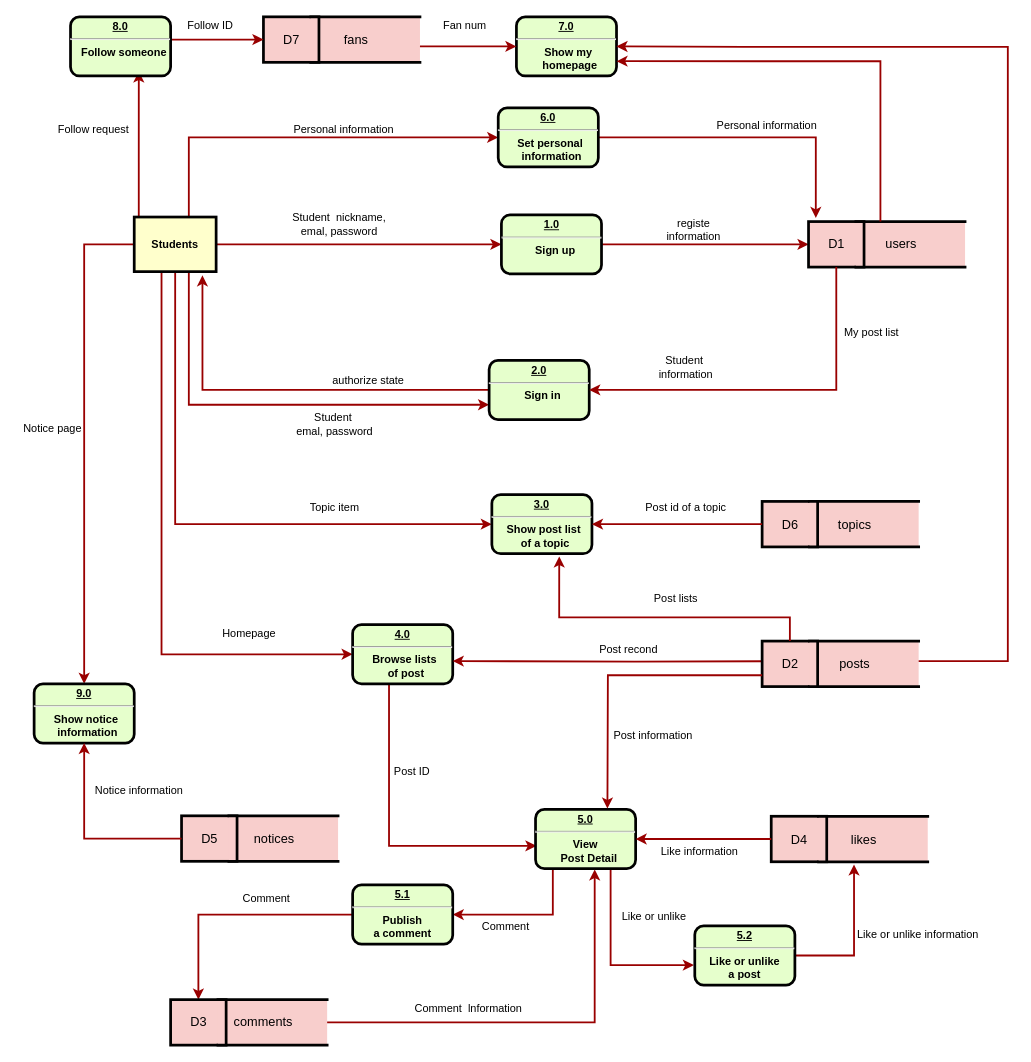
Before: docs/dfd.drawio in loveagri/zhihu, a draw.io diagram. Source tidied: cells renumbered, new cells numbered last; positions are measured from the earlier drawing's top-left corner, leaving out a move shared by most shapes. Both pictures are drawn from the tidied source at 91%, with x=0, y=0 at pixel (15, 16).
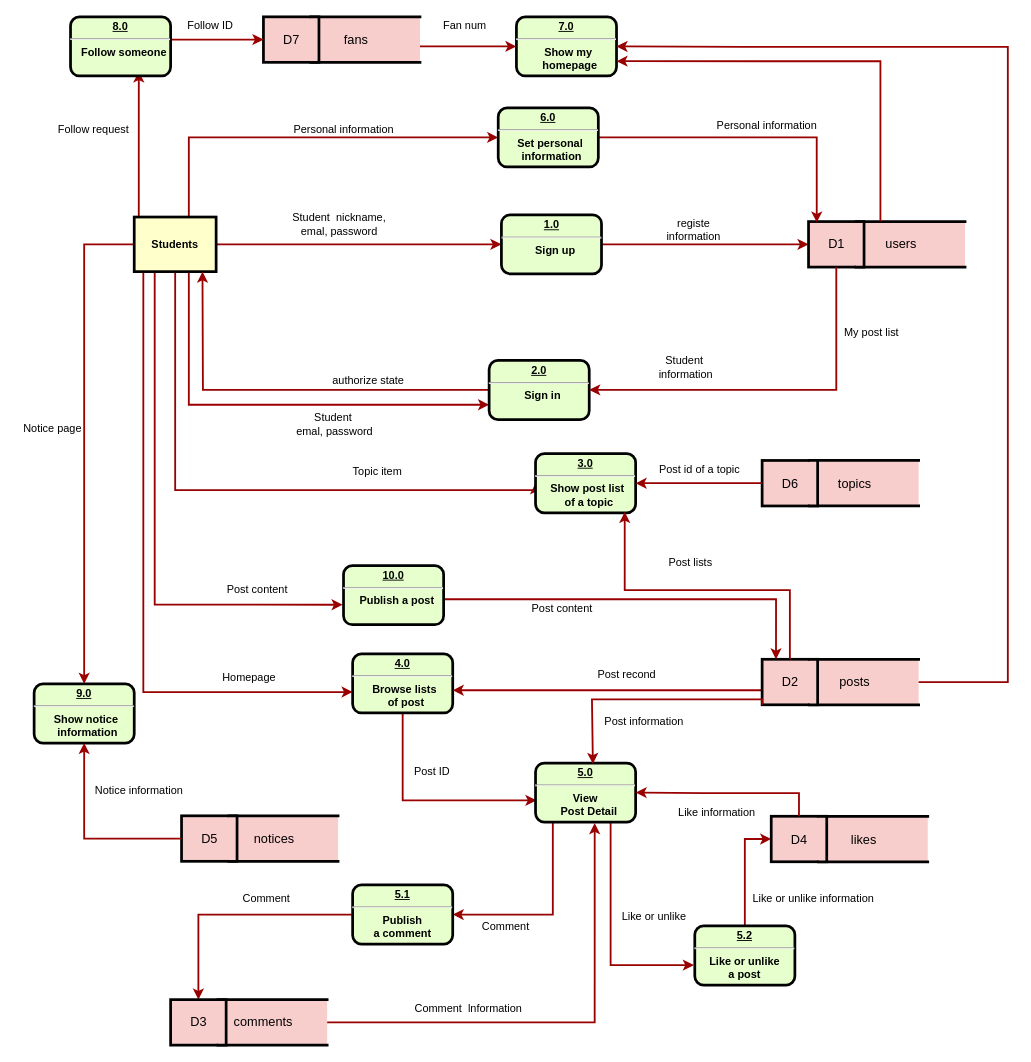
The same diagram, later.

The change refers to these unchanged cells:
```xml
<mxCell id="9" value="Students" style="whiteSpace=wrap;align=center;verticalAlign=middle;fontStyle=1;strokeWidth=3;fillColor=#FFFFCC;" parent="1" vertex="1">
  <mxGeometry x="130" y="220" width="90" height="60" as="geometry" />
</mxCell>
<mxCell id="14" style="rounded=0;whiteSpace=wrap;html=1;strokeColor=#000000;strokeWidth=3;fillColor=#f8cecc;" parent="13" vertex="1">
  <mxGeometry width="61" height="50" as="geometry" />
</mxCell>
<mxCell id="22" value="&lt;p style=&quot;margin: 0px ; margin-top: 4px ; text-align: center ; text-decoration: underline&quot;&gt;&lt;strong&gt;2.0&lt;/strong&gt;&lt;/p&gt;&lt;hr&gt;&lt;p style=&quot;margin: 0px ; margin-left: 8px&quot;&gt;Sign in&lt;/p&gt;" style="verticalAlign=middle;align=center;overflow=fill;fontSize=12;fontFamily=Helvetica;html=1;rounded=1;fontStyle=1;strokeWidth=3;fillColor=#E6FFCC;" parent="1" vertex="1">
  <mxGeometry x="520" y="377.5" width="110" height="65" as="geometry" />
</mxCell>
<mxCell id="41" style="rounded=0;whiteSpace=wrap;html=1;strokeColor=#000000;strokeWidth=3;fillColor=#f8cecc;" parent="40" vertex="1">
  <mxGeometry width="61" height="50" as="geometry" />
</mxCell>
<mxCell id="42" style="shape=partialRectangle;whiteSpace=wrap;html=1;left=0;right=0;fillColor=#f8cecc;strokeColor=#000000;strokeWidth=3;" parent="40" vertex="1">
  <mxGeometry x="52" width="120" height="50" as="geometry" />
</mxCell>
<mxCell id="48" value="&lt;p style=&quot;margin: 0px ; margin-top: 4px ; text-align: center ; text-decoration: underline&quot;&gt;5.2&lt;/p&gt;&lt;hr&gt;&lt;strong&gt;Like or unlike&lt;br&gt;a post&lt;br&gt;&lt;/strong&gt;" style="verticalAlign=middle;align=center;overflow=fill;fontSize=12;fontFamily=Helvetica;html=1;rounded=1;fontStyle=1;strokeWidth=3;fillColor=#E6FFCC;" parent="1" vertex="1">
  <mxGeometry x="746" y="999" width="110" height="65" as="geometry" />
</mxCell>
<mxCell id="54" value="&lt;p style=&quot;margin: 0px ; margin-top: 4px ; text-align: center ; text-decoration: underline&quot;&gt;&lt;strong&gt;6.0&lt;/strong&gt;&lt;/p&gt;&lt;hr&gt;&lt;p style=&quot;margin: 0px ; margin-left: 8px&quot;&gt;Set personal&amp;nbsp;&lt;/p&gt;&lt;p style=&quot;margin: 0px ; margin-left: 8px&quot;&gt;information&lt;/p&gt;" style="verticalAlign=middle;align=center;overflow=fill;fontSize=12;fontFamily=Helvetica;html=1;rounded=1;fontStyle=1;strokeWidth=3;fillColor=#E6FFCC;" parent="1" vertex="1">
  <mxGeometry x="530" y="100" width="110" height="65" as="geometry" />
</mxCell>
<mxCell id="57" value="&lt;p style=&quot;margin: 0px ; margin-top: 4px ; text-align: center ; text-decoration: underline&quot;&gt;&lt;strong&gt;7.0&lt;/strong&gt;&lt;/p&gt;&lt;hr&gt;&lt;p style=&quot;margin: 0px ; margin-left: 8px&quot;&gt;Show my&amp;nbsp;&lt;/p&gt;&lt;p style=&quot;margin: 0px ; margin-left: 8px&quot;&gt;homepage&lt;/p&gt;" style="verticalAlign=middle;align=center;overflow=fill;fontSize=12;fontFamily=Helvetica;html=1;rounded=1;fontStyle=1;strokeWidth=3;fillColor=#E6FFCC;" parent="1" vertex="1">
  <mxGeometry x="550" width="110" height="65" as="geometry" />
</mxCell>
<mxCell id="62" style="rounded=0;whiteSpace=wrap;html=1;strokeColor=#000000;strokeWidth=3;fillColor=#f8cecc;" parent="61" vertex="1">
  <mxGeometry width="61" height="50" as="geometry" />
</mxCell>
<mxCell id="63" style="shape=partialRectangle;whiteSpace=wrap;html=1;left=0;right=0;fillColor=#f8cecc;strokeColor=#000000;strokeWidth=3;" parent="61" vertex="1">
  <mxGeometry x="52" width="120" height="50" as="geometry" />
</mxCell>
```

Change to the diagram source:
```diff
@@
-    <mxCell id="3" style="edgeStyle=orthogonalEdgeStyle;rounded=0;jettySize=auto;html=1;entryX=0;entryY=0.5;entryDx=0;entryDy=0;strokeColor=#990000;strokeWidth=2;" parent="1" edge="1" source="9" target="27">
-      <mxGeometry relative="1" as="geometry">
-        <Array as="points">
-          <mxPoint x="160" y="701" />
-        </Array>
-      </mxGeometry>
-    </mxCell>
@@
     <mxCell id="5" style="edgeStyle=orthogonalEdgeStyle;rounded=0;jettySize=auto;html=1;entryX=0;entryY=0.5;entryDx=0;entryDy=0;strokeColor=#990000;strokeWidth=2;" parent="1" edge="1" source="9" target="101">
       <mxGeometry relative="1" as="geometry">
         <Array as="points">
-          <mxPoint x="175" y="558" />
+          <mxPoint x="175" y="520" />
+          <mxPoint x="571" y="520" />
         </Array>
       </mxGeometry>
     </mxCell>
@@
+    <mxCell id="3" style="edgeStyle=orthogonalEdgeStyle;rounded=0;jettySize=auto;html=1;entryX=0;entryY=0.646;entryDx=0;entryDy=0;entryPerimeter=0;strokeColor=#990000;strokeWidth=2;" parent="1" edge="1" source="9" target="27">
+      <mxGeometry relative="1" as="geometry">
+        <Array as="points">
+          <mxPoint x="140" y="742" />
+        </Array>
+      </mxGeometry>
+    </mxCell>
+    <mxCell id="124" style="edgeStyle=orthogonalEdgeStyle;rounded=0;jettySize=auto;html=1;exitX=0.25;exitY=1;exitDx=0;exitDy=0;entryX=-0.009;entryY=0.662;entryDx=0;entryDy=0;entryPerimeter=0;strokeColor=#990000;strokeWidth=2;" parent="1" edge="1" source="9" target="127">
+      <mxGeometry relative="1" as="geometry" />
+    </mxCell>
@@
-    <mxCell id="21" style="edgeStyle=orthogonalEdgeStyle;rounded=0;jettySize=auto;html=1;entryX=0.833;entryY=1.067;entryDx=0;entryDy=0;entryPerimeter=0;strokeColor=#990000;strokeWidth=2;" parent="1" edge="1" source="22" target="9">
-      <mxGeometry relative="1" as="geometry" />
+    <mxCell id="21" style="edgeStyle=orthogonalEdgeStyle;rounded=0;jettySize=auto;html=1;strokeColor=#990000;strokeWidth=2;" parent="1" edge="1" source="22">
+      <mxGeometry relative="1" as="geometry">
+        <mxPoint x="205" y="280" as="targetPoint" />
+      </mxGeometry>
     </mxCell>
@@
-    <mxCell id="26" style="edgeStyle=orthogonalEdgeStyle;rounded=0;jettySize=auto;html=1;entryX=0.009;entryY=0.615;entryDx=0;entryDy=0;entryPerimeter=0;strokeColor=#990000;strokeWidth=2;" parent="1" edge="1" source="27" target="35">
+    <mxCell id="26" style="edgeStyle=orthogonalEdgeStyle;rounded=0;jettySize=auto;html=1;entryX=0.009;entryY=0.631;entryDx=0;entryDy=0;entryPerimeter=0;strokeColor=#990000;strokeWidth=2;" parent="1" edge="1" source="27" target="35">
       <mxGeometry relative="1" as="geometry">
         <Array as="points">
-          <mxPoint x="410" y="911" />
+          <mxPoint x="425" y="861" />
         </Array>
       </mxGeometry>
     </mxCell>
     <mxCell id="27" value="&lt;p style=&quot;margin: 0px ; margin-top: 4px ; text-align: center ; text-decoration: underline&quot;&gt;&lt;strong&gt;4.0&lt;/strong&gt;&lt;/p&gt;&lt;hr&gt;&lt;p style=&quot;margin: 0px ; margin-left: 8px&quot;&gt;Browse lists&amp;nbsp;&lt;/p&gt;&lt;p style=&quot;margin: 0px ; margin-left: 8px&quot;&gt;of post&lt;/p&gt;" style="verticalAlign=middle;align=center;overflow=fill;fontSize=12;fontFamily=Helvetica;html=1;rounded=1;fontStyle=1;strokeWidth=3;fillColor=#E6FFCC;" parent="1" vertex="1">
-      <mxGeometry x="370" y="668" width="110" height="65" as="geometry" />
+      <mxGeometry x="370" y="700" width="110" height="65" as="geometry" />
     </mxCell>
     <mxCell id="28" style="edgeStyle=orthogonalEdgeStyle;rounded=0;jettySize=auto;html=1;entryX=1;entryY=0.615;entryDx=0;entryDy=0;entryPerimeter=0;strokeColor=#990000;strokeWidth=2;" parent="1" edge="1" target="27">
       <mxGeometry relative="1" as="geometry">
         <mxPoint x="880" y="708" as="sourcePoint" />
+        <Array as="points">
+          <mxPoint x="880" y="740" />
+        </Array>
       </mxGeometry>
     </mxCell>
@@
     <mxCell id="30" value="Homepage" style="text;html=1;align=center;verticalAlign=middle;" parent="1" vertex="1">
-      <mxGeometry x="221" y="668" width="70" height="20" as="geometry" />
+      <mxGeometry x="221" y="716" width="70" height="20" as="geometry" />
     </mxCell>
     <mxCell id="31" value="Post recond" style="text;html=1;align=center;verticalAlign=middle;" parent="1" vertex="1">
-      <mxGeometry x="633" y="686" width="80" height="20" as="geometry" />
+      <mxGeometry x="631" y="713" width="80" height="20" as="geometry" />
     </mxCell>
     <mxCell id="32" value="Post ID" style="text;html=1;align=center;verticalAlign=middle;" parent="1" vertex="1">
-      <mxGeometry x="410" y="820" width="50" height="20" as="geometry" />
+      <mxGeometry x="432" y="820" width="50" height="20" as="geometry" />
     </mxCell>
@@
     <mxCell id="35" value="&lt;p style=&quot;margin: 0px ; margin-top: 4px ; text-align: center ; text-decoration: underline&quot;&gt;&lt;strong&gt;5.0&lt;/strong&gt;&lt;/p&gt;&lt;hr&gt;&lt;strong&gt;View&lt;/strong&gt;&lt;p style=&quot;margin: 0px ; margin-left: 8px&quot;&gt;Post Detail&lt;/p&gt;" style="verticalAlign=middle;align=center;overflow=fill;fontSize=12;fontFamily=Helvetica;html=1;rounded=1;fontStyle=1;strokeWidth=3;fillColor=#E6FFCC;" parent="1" vertex="1">
-      <mxGeometry x="571" y="871" width="110" height="65" as="geometry" />
+      <mxGeometry x="571" y="820" width="110" height="65" as="geometry" />
     </mxCell>
     <mxCell id="36" value="Post information" style="text;html=1;align=center;verticalAlign=middle;" parent="1" vertex="1">
-      <mxGeometry x="650" y="780" width="100" height="20" as="geometry" />
+      <mxGeometry x="640" y="765" width="100" height="20" as="geometry" />
     </mxCell>
@@
     <mxCell id="39" style="group;" parent="1" vertex="1">
-      <mxGeometry x="820" y="686" width="172" height="50" as="geometry" />
+      <mxGeometry x="820" y="706" width="172" height="50" as="geometry" />
     </mxCell>
@@
-    <mxCell id="47" style="edgeStyle=orthogonalEdgeStyle;rounded=0;jettySize=auto;html=1;entryX=0.325;entryY=1.06;entryDx=0;entryDy=0;entryPerimeter=0;strokeColor=#990000;strokeWidth=2;" parent="1" edge="1" source="48" target="63">
-      <mxGeometry relative="1" as="geometry" />
-    </mxCell>
+    <mxCell id="125" style="edgeStyle=orthogonalEdgeStyle;rounded=0;jettySize=auto;html=1;entryX=0;entryY=0.5;entryDx=0;entryDy=0;strokeColor=#990000;strokeWidth=2;" parent="1" edge="1" source="48" target="62">
+      <mxGeometry relative="1" as="geometry" />
+    </mxCell>
@@
     <mxCell id="49" value="Like information" style="text;html=1;align=center;verticalAlign=middle;" parent="1" vertex="1">
-      <mxGeometry x="701" y="908" width="100" height="20" as="geometry" />
+      <mxGeometry x="720" y="865" width="100" height="20" as="geometry" />
     </mxCell>
@@
     <mxCell id="52" value="Like or unlike information" style="text;html=1;align=center;verticalAlign=middle;" parent="1" vertex="1">
-      <mxGeometry x="916" y="999" width="150" height="20" as="geometry" />
+      <mxGeometry x="801" y="959" width="150" height="20" as="geometry" />
     </mxCell>
-    <mxCell id="53" style="edgeStyle=orthogonalEdgeStyle;rounded=0;jettySize=auto;html=1;entryX=0.131;entryY=-0.08;entryDx=0;entryDy=0;strokeColor=#990000;strokeWidth=2;entryPerimeter=0;" parent="1" edge="1" source="54" target="14">
+    <mxCell id="53" style="edgeStyle=orthogonalEdgeStyle;rounded=0;jettySize=auto;html=1;entryX=0.148;entryY=0.02;entryDx=0;entryDy=0;strokeColor=#990000;strokeWidth=2;entryPerimeter=0;" parent="1" edge="1" source="54" target="14">
       <mxGeometry relative="1" as="geometry" />
     </mxCell>
@@
     <mxCell id="85" style="group;" parent="1" vertex="1">
-      <mxGeometry x="820" y="532.5" width="172" height="50" as="geometry" />
+      <mxGeometry x="820" y="487.5" width="172" height="50" as="geometry" />
     </mxCell>
@@
     <mxCell id="101" value="&lt;p style=&quot;margin: 0px ; margin-top: 4px ; text-align: center ; text-decoration: underline&quot;&gt;&lt;strong&gt;3.0&lt;/strong&gt;&lt;/p&gt;&lt;hr&gt;&lt;p style=&quot;margin: 0px ; margin-left: 8px&quot;&gt;Show post list&amp;nbsp;&lt;/p&gt;&lt;p style=&quot;margin: 0px ; margin-left: 8px&quot;&gt;of a topic&lt;/p&gt;" style="verticalAlign=middle;align=center;overflow=fill;fontSize=12;fontFamily=Helvetica;html=1;rounded=1;fontStyle=1;strokeWidth=3;fillColor=#E6FFCC;" parent="1" vertex="1">
-      <mxGeometry x="523" y="525" width="110" height="65" as="geometry" />
+      <mxGeometry x="571" y="480" width="110" height="65" as="geometry" />
     </mxCell>
@@
     <mxCell id="103" value="Topic item" style="text;html=1;align=center;verticalAlign=middle;" parent="1" vertex="1">
-      <mxGeometry x="315" y="530" width="70" height="20" as="geometry" />
+      <mxGeometry x="362" y="490" width="70" height="20" as="geometry" />
     </mxCell>
     <mxCell id="104" value="Post id of a topic" style="text;html=1;align=center;verticalAlign=middle;" parent="1" vertex="1">
-      <mxGeometry x="686" y="530" width="100" height="20" as="geometry" />
+      <mxGeometry x="701" y="487.5" width="100" height="20" as="geometry" />
     </mxCell>
     <mxCell id="105" value="Post lists" style="text;html=1;align=center;verticalAlign=middle;" parent="1" vertex="1">
-      <mxGeometry x="695" y="630" width="60" height="20" as="geometry" />
+      <mxGeometry x="711" y="590" width="60" height="20" as="geometry" />
     </mxCell>
     <mxCell id="106" style="edgeStyle=orthogonalEdgeStyle;rounded=0;jettySize=auto;html=1;strokeColor=#990000;strokeWidth=2;entryX=1;entryY=0.5;entryDx=0;entryDy=0;" parent="1" edge="1" source="42" target="57">
       <mxGeometry relative="1" as="geometry">
         <Array as="points">
-          <mxPoint x="1090" y="708" />
+          <mxPoint x="1090" y="731" />
           <mxPoint x="1090" y="33" />
           <mxPoint x="800" y="33" />
         </Array>
       </mxGeometry>
     </mxCell>
@@
-    <mxCell id="111" style="edgeStyle=orthogonalEdgeStyle;rounded=0;jettySize=auto;html=1;exitX=0;exitY=0.75;exitDx=0;exitDy=0;strokeColor=#990000;strokeWidth=2;" parent="1" edge="1" source="41">
-      <mxGeometry relative="1" as="geometry">
-        <mxPoint x="650" y="870" as="targetPoint" />
-      </mxGeometry>
-    </mxCell>
     <mxCell id="112" style="edgeStyle=orthogonalEdgeStyle;rounded=0;jettySize=auto;html=1;entryX=1;entryY=0.5;entryDx=0;entryDy=0;strokeColor=#990000;strokeWidth=2;" parent="1" edge="1" source="62" target="35">
-      <mxGeometry relative="1" as="geometry" />
+      <mxGeometry relative="1" as="geometry">
+        <Array as="points">
+          <mxPoint x="861" y="853" />
+          <mxPoint x="756" y="853" />
+        </Array>
+      </mxGeometry>
     </mxCell>
@@
+    <mxCell id="123" value="Notice information" style="text;html=1;align=center;verticalAlign=middle;" parent="1" vertex="1">
+      <mxGeometry x="80" y="840" width="110" height="20" as="geometry" />
+    </mxCell>
+    <mxCell id="126" style="edgeStyle=orthogonalEdgeStyle;rounded=0;jettySize=auto;html=1;entryX=0.25;entryY=0;entryDx=0;entryDy=0;strokeColor=#990000;strokeWidth=2;" parent="1" edge="1" source="127" target="41">
+      <mxGeometry relative="1" as="geometry">
+        <Array as="points">
+          <mxPoint x="835" y="640" />
+        </Array>
+      </mxGeometry>
+    </mxCell>
+    <mxCell id="127" value="&lt;p style=&quot;margin: 0px ; margin-top: 4px ; text-align: center ; text-decoration: underline&quot;&gt;&lt;strong&gt;10.0&lt;/strong&gt;&lt;/p&gt;&lt;hr&gt;&lt;p style=&quot;margin: 0px ; margin-left: 8px&quot;&gt;Publish a post&lt;/p&gt;" style="verticalAlign=middle;align=center;overflow=fill;fontSize=12;fontFamily=Helvetica;html=1;rounded=1;fontStyle=1;strokeWidth=3;fillColor=#E6FFCC;" parent="1" vertex="1">
+      <mxGeometry x="360" y="603" width="110" height="65" as="geometry" />
+    </mxCell>
-    <mxCell id="122" style="edgeStyle=orthogonalEdgeStyle;rounded=0;jettySize=auto;html=1;entryX=0.673;entryY=1.046;entryDx=0;entryDy=0;entryPerimeter=0;strokeColor=#990000;strokeWidth=2;" parent="1" edge="1" source="41" target="101">
+    <mxCell id="122" style="edgeStyle=orthogonalEdgeStyle;rounded=0;jettySize=auto;html=1;entryX=0.891;entryY=0.985;entryDx=0;entryDy=0;entryPerimeter=0;strokeColor=#990000;strokeWidth=2;" parent="1" edge="1" source="41" target="101">
       <mxGeometry relative="1" as="geometry">
         <Array as="points">
-          <mxPoint x="851" y="660" />
-          <mxPoint x="597" y="660" />
+          <mxPoint x="851" y="630" />
+          <mxPoint x="669" y="630" />
         </Array>
       </mxGeometry>
     </mxCell>
-    <mxCell id="123" value="Notice information" style="text;html=1;align=center;verticalAlign=middle;" parent="1" vertex="1">
-      <mxGeometry x="80" y="840" width="110" height="20" as="geometry" />
-    </mxCell>
+    <mxCell id="128" value="Post content" style="text;html=1;align=center;verticalAlign=middle;" parent="1" vertex="1">
+      <mxGeometry x="560" y="640" width="80" height="20" as="geometry" />
+    </mxCell>
+    <mxCell id="129" value="Post content" style="text;html=1;align=center;verticalAlign=middle;" parent="1" vertex="1">
+      <mxGeometry x="225" y="620" width="80" height="20" as="geometry" />
+    </mxCell>
+    <mxCell id="130" style="edgeStyle=orthogonalEdgeStyle;rounded=0;jettySize=auto;html=1;exitX=0;exitY=1;exitDx=0;exitDy=0;entryX=0.573;entryY=0.015;entryDx=0;entryDy=0;entryPerimeter=0;strokeColor=#990000;strokeWidth=2;" parent="1" edge="1" source="41" target="35">
+      <mxGeometry relative="1" as="geometry">
+        <Array as="points">
+          <mxPoint x="820" y="750" />
+          <mxPoint x="633" y="750" />
+        </Array>
+      </mxGeometry>
+    </mxCell>
```
